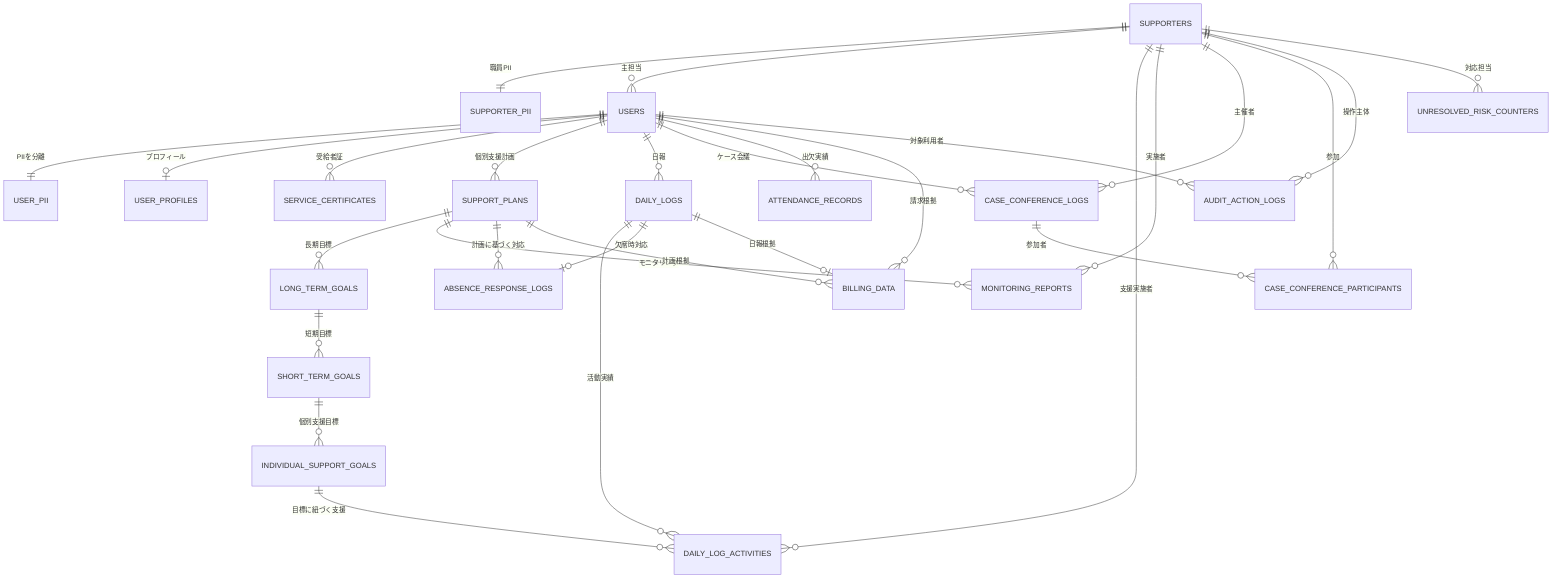
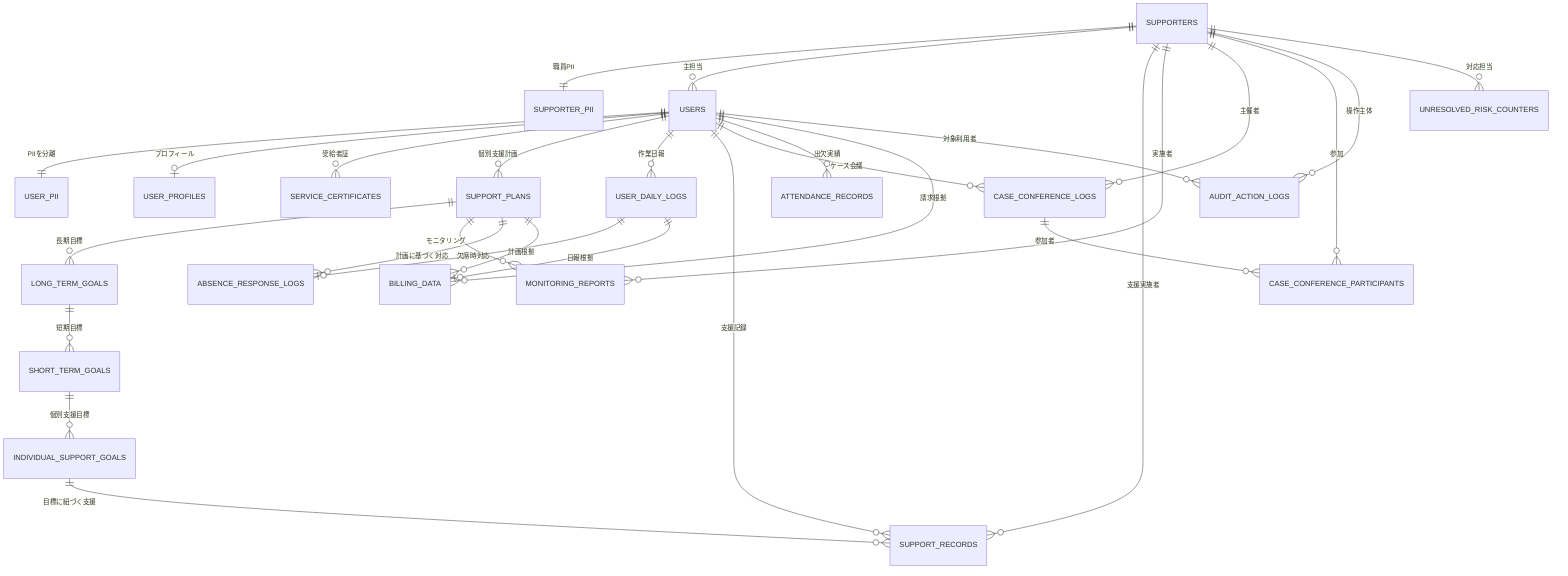
erDiagram
    USERS ||--|| USER_PII : "PIIを分離"
    USERS ||--o| USER_PROFILES : "プロフィール"
    USERS ||--o{ SERVICE_CERTIFICATES : "受給者証"

    USERS ||--o{ SUPPORT_PLANS : "個別支援計画"
    SUPPORT_PLANS ||--o{ LONG_TERM_GOALS : "長期目標"
    LONG_TERM_GOALS ||--o{ SHORT_TERM_GOALS : "短期目標"
    SHORT_TERM_GOALS ||--o{ INDIVIDUAL_SUPPORT_GOALS : "個別支援目標"

-     USERS ||--o{ DAILY_LOGS : "日報"
-     DAILY_LOGS ||--o{ DAILY_LOG_ACTIVITIES : "活動実績"
-     INDIVIDUAL_SUPPORT_GOALS ||--o{ DAILY_LOG_ACTIVITIES : "目標に紐づく支援"
+     USERS ||--o{ USER_DAILY_LOGS : "作業日報"
+     USERS ||--o{ SUPPORT_RECORDS : "支援記録"
+     INDIVIDUAL_SUPPORT_GOALS ||--o{ SUPPORT_RECORDS : "目標に紐づく支援"

    SUPPORT_PLANS ||--o{ MONITORING_REPORTS : "モニタリング"

    USERS ||--o{ CASE_CONFERENCE_LOGS : "ケース会議"
    CASE_CONFERENCE_LOGS ||--o{ CASE_CONFERENCE_PARTICIPANTS : "参加者"

    USERS ||--o{ ATTENDANCE_RECORDS : "出欠実績"
-     DAILY_LOGS ||--o| ABSENCE_RESPONSE_LOGS : "欠席時対応"
+     USER_DAILY_LOGS ||--o| ABSENCE_RESPONSE_LOGS : "欠席時対応"
    SUPPORT_PLANS ||--o{ ABSENCE_RESPONSE_LOGS : "計画に基づく対応"

    USERS ||--o{ BILLING_DATA : "請求根拠"
    SUPPORT_PLANS ||--o{ BILLING_DATA : "計画根拠"
-     DAILY_LOGS ||--o| BILLING_DATA : "日報根拠"
+     USER_DAILY_LOGS ||--o| BILLING_DATA : "日報根拠"

    SUPPORTERS ||--|| SUPPORTER_PII : "職員PII"
    SUPPORTERS ||--o{ USERS : "主担当"
-     SUPPORTERS ||--o{ DAILY_LOG_ACTIVITIES : "支援実施者"
+     SUPPORTERS ||--o{ SUPPORT_RECORDS : "支援実施者"
    SUPPORTERS ||--o{ MONITORING_REPORTS : "実施者"
    SUPPORTERS ||--o{ CASE_CONFERENCE_LOGS : "主催者"
    SUPPORTERS ||--o{ CASE_CONFERENCE_PARTICIPANTS : "参加"

    SUPPORTERS ||--o{ AUDIT_ACTION_LOGS : "操作主体"
    SUPPORTERS ||--o{ UNRESOLVED_RISK_COUNTERS : "対応担当"
    USERS ||--o{ AUDIT_ACTION_LOGS : "対象利用者"
